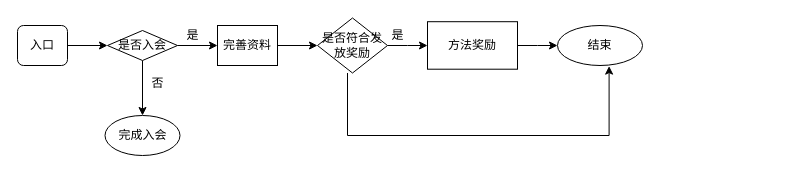
Before: 互动-完善信息.drawio in china-xs/kratos-study, a draw.io diagram. Source tidied: cells renumbered, new cells numbered last; positions are measured from the earlier drawing's top-left corner, leaving out a move shared by most shapes. Both pictures are drawn from the tidied source at 100%, with x=0, y=0 at pixel (17, 17).
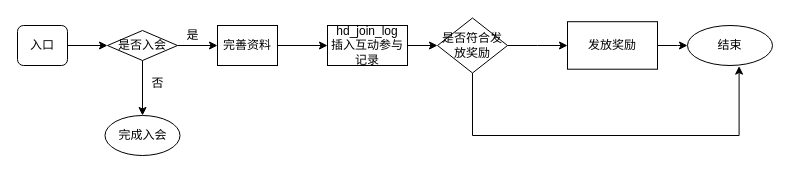
After the change.

Commit message (it also covers changes not shown here):
更新互动-完善信息.drawio

Unchanged cells that the change refers to:
```xml
<mxCell id="9" value="完善资料" style="whiteSpace=wrap;html=1;" parent="1" vertex="1">
  <mxGeometry x="200" y="8" width="60" height="40" as="geometry" />
</mxCell>
```

What changed in the source:
```diff
@@
-    <mxCell id="8" style="edgeStyle=orthogonalEdgeStyle;rounded=0;jettySize=auto;html=1;" parent="1" edge="1" source="9" target="11">
-      <mxGeometry relative="1" as="geometry" />
-    </mxCell>
+    <mxCell id="19" style="edgeStyle=orthogonalEdgeStyle;rounded=0;jettySize=auto;html=1;" parent="1" edge="1" source="9" target="21">
+      <mxGeometry relative="1" as="geometry" />
+    </mxCell>
@@
     <mxCell id="11" value="是否符合发放奖励" style="rhombus;whiteSpace=wrap;html=1;" parent="1" vertex="1">
-      <mxGeometry x="300" y="0.5" width="70" height="55" as="geometry" />
+      <mxGeometry x="420" y="0.5" width="70" height="55" as="geometry" />
     </mxCell>
@@
-    <mxCell id="15" value="方法奖励" style="whiteSpace=wrap;html=1;" parent="1" vertex="1">
-      <mxGeometry x="410" y="4.2" width="90" height="47.5" as="geometry" />
+    <mxCell id="15" value="发放奖励" style="whiteSpace=wrap;html=1;" parent="1" vertex="1">
+      <mxGeometry x="550" y="4.2" width="90" height="47.5" as="geometry" />
     </mxCell>
     <mxCell id="16" value="结束" style="ellipse;whiteSpace=wrap;html=1;" parent="1" vertex="1">
-      <mxGeometry x="540" y="8" width="85" height="40" as="geometry" />
+      <mxGeometry x="670" y="8" width="85" height="40" as="geometry" />
     </mxCell>
-    <mxCell id="17" value="是" style="text;html=1;align=center;verticalAlign=middle;strokeColor=none;fillColor=none;" parent="1" vertex="1">
-      <mxGeometry x="365" y="8" width="30" height="20" as="geometry" />
-    </mxCell>
-    <mxCell id="18" style="edgeStyle=elbowEdgeStyle;elbow=vertical;endArrow=classic;html=1;rounded=0;entryX=0.607;entryY=1.015;entryDx=0;entryDy=0;entryPerimeter=0;" parent="1" edge="1" target="16">
+    <mxCell id="18" style="edgeStyle=elbowEdgeStyle;elbow=vertical;endArrow=classic;html=1;rounded=0;entryX=0.607;entryY=1.015;entryDx=0;entryDy=0;entryPerimeter=0;exitX=0.5;exitY=1;exitDx=0;exitDy=0;" parent="1" edge="1" source="11" target="16">
       <mxGeometry relative="1" as="geometry">
-        <mxPoint x="330" y="55.5" as="sourcePoint" />
         <Array as="points">
           <mxPoint x="450" y="118" />
         </Array>
       </mxGeometry>
     </mxCell>
+    <mxCell id="20" style="edgeStyle=orthogonalEdgeStyle;rounded=0;jettySize=auto;html=1;" parent="1" edge="1" source="21" target="11">
+      <mxGeometry relative="1" as="geometry" />
+    </mxCell>
+    <mxCell id="21" value="hd_join_log&lt;br&gt;插入互动参与记录" style="whiteSpace=wrap;html=1;" parent="1" vertex="1">
+      <mxGeometry x="310" y="8" width="80" height="40" as="geometry" />
+    </mxCell>
```
